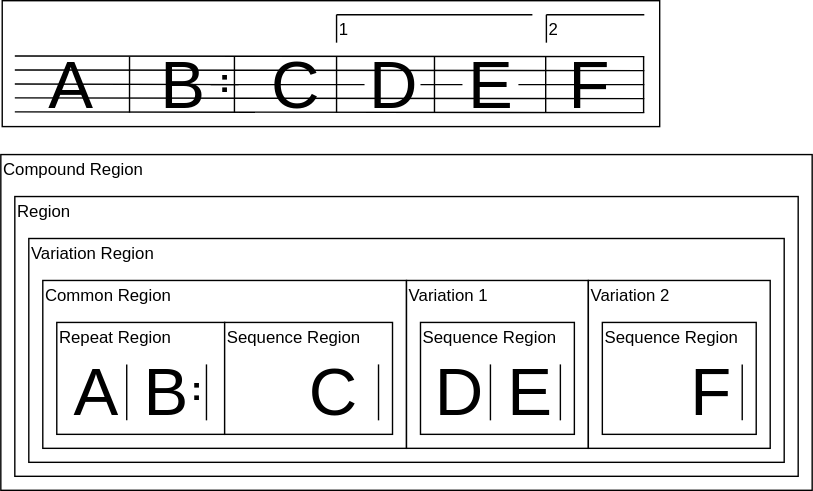
The draw.io diagram docs/repeat/example07.drawio.svg in ruimo/klavier-core, before a commit. Source tidied: cells renumbered, new cells last; positions are measured from the earlier drawing's top-left corner, leaving out a move shared by most shapes. Its diagram source:
```xml
<mxGraphModel>
  <root>
    <mxCell id="0" />
    <mxCell id="1" parent="0" />
    <mxCell id="2" style="rounded=0;whiteSpace=wrap;html=1;" parent="1" vertex="1">
      <mxGeometry x="1" width="470" height="90" as="geometry" />
    </mxCell>
    <mxCell id="3" style="rounded=0;whiteSpace=wrap;html=1;" parent="1" vertex="1">
      <mxGeometry y="110" width="580" height="240" as="geometry" />
    </mxCell>
    <mxCell id="4" style="endArrow=none;html=1;" parent="1" edge="1">
      <mxGeometry relative="1" as="geometry">
        <mxPoint x="10" y="49.5" as="sourcePoint" />
        <mxPoint x="460" y="50" as="targetPoint" />
      </mxGeometry>
    </mxCell>
    <mxCell id="5" style="endArrow=none;html=1;" parent="1" edge="1" source="25">
      <mxGeometry relative="1" as="geometry">
        <mxPoint x="460" y="60" as="targetPoint" />
      </mxGeometry>
    </mxCell>
    <mxCell id="6" style="endArrow=none;html=1;" parent="1" edge="1">
      <mxGeometry relative="1" as="geometry">
        <mxPoint x="10" y="69.5" as="sourcePoint" />
        <mxPoint x="460" y="70" as="targetPoint" />
      </mxGeometry>
    </mxCell>
    <mxCell id="7" style="endArrow=none;html=1;" parent="1" edge="1">
      <mxGeometry relative="1" as="geometry">
        <mxPoint x="10" y="79.5" as="sourcePoint" />
        <mxPoint x="460" y="80" as="targetPoint" />
      </mxGeometry>
    </mxCell>
    <mxCell id="8" value="&lt;font style=&quot;font-size: 48px&quot;&gt;A&lt;/font&gt;" style="text;html=1;strokeColor=none;fillColor=none;align=center;verticalAlign=middle;whiteSpace=wrap;rounded=0;" parent="1" vertex="1">
      <mxGeometry x="30" y="50" width="40" height="20" as="geometry" />
    </mxCell>
    <mxCell id="9" style="endArrow=none;html=1;" parent="1" edge="1">
      <mxGeometry relative="1" as="geometry">
        <mxPoint x="10" y="59.5" as="sourcePoint" />
        <mxPoint x="170" y="60" as="targetPoint" />
      </mxGeometry>
    </mxCell>
    <mxCell id="10" value="&lt;font style=&quot;font-size: 48px&quot;&gt;B&lt;/font&gt;" style="text;html=1;strokeColor=none;fillColor=none;align=center;verticalAlign=middle;whiteSpace=wrap;rounded=0;" parent="1" vertex="1">
      <mxGeometry x="110" y="50" width="40" height="20" as="geometry" />
    </mxCell>
    <mxCell id="11" value="Compound Region" style="text;html=1;strokeColor=none;fillColor=none;align=left;verticalAlign=middle;whiteSpace=wrap;rounded=0;" parent="1" vertex="1">
      <mxGeometry y="110" width="200" height="20" as="geometry" />
    </mxCell>
    <mxCell id="12" value="&lt;font style=&quot;font-size: 48px&quot;&gt;C&lt;/font&gt;" style="text;html=1;strokeColor=none;fillColor=none;align=center;verticalAlign=middle;whiteSpace=wrap;rounded=0;" parent="1" vertex="1">
      <mxGeometry x="190" y="50" width="40" height="20" as="geometry" />
    </mxCell>
    <mxCell id="13" style="endArrow=none;html=1;" parent="1" edge="1">
      <mxGeometry relative="1" as="geometry">
        <mxPoint x="310" y="80" as="sourcePoint" />
        <mxPoint x="310" y="40" as="targetPoint" />
      </mxGeometry>
    </mxCell>
    <mxCell id="14" style="rounded=0;whiteSpace=wrap;html=1;" parent="1" vertex="1">
      <mxGeometry x="10" y="140" width="560" height="200" as="geometry" />
    </mxCell>
    <mxCell id="15" style="rounded=0;whiteSpace=wrap;html=1;" parent="1" vertex="1">
      <mxGeometry x="20" y="170" width="540" height="160" as="geometry" />
    </mxCell>
    <mxCell id="16" value="Region" style="text;html=1;strokeColor=none;fillColor=none;align=left;verticalAlign=middle;whiteSpace=wrap;rounded=0;" parent="1" vertex="1">
      <mxGeometry x="10" y="140" width="150" height="20" as="geometry" />
    </mxCell>
    <mxCell id="17" value="Variation Region" style="text;html=1;strokeColor=none;fillColor=none;align=left;verticalAlign=middle;whiteSpace=wrap;rounded=0;" parent="1" vertex="1">
      <mxGeometry x="20" y="170" width="105" height="20" as="geometry" />
    </mxCell>
    <mxCell id="18" style="group;" parent="1" vertex="1">
      <mxGeometry x="213" y="40" width="40" height="40" as="geometry" />
    </mxCell>
    <mxCell id="19" style="group;" parent="18" vertex="1">
      <mxGeometry width="40" height="40" as="geometry" />
    </mxCell>
    <mxCell id="20" style="group;" parent="19" vertex="1">
      <mxGeometry width="40" height="40" as="geometry" />
    </mxCell>
    <mxCell id="21" style="group;" parent="20" vertex="1">
      <mxGeometry width="40" height="40" as="geometry" />
    </mxCell>
    <mxCell id="22" style="endArrow=none;html=1;" parent="21" edge="1">
      <mxGeometry relative="1" as="geometry">
        <mxPoint x="27" y="40" as="sourcePoint" />
        <mxPoint x="27" as="targetPoint" />
      </mxGeometry>
    </mxCell>
    <mxCell id="23" value="&lt;font style=&quot;font-size: 48px&quot;&gt;D&lt;/font&gt;" style="text;html=1;strokeColor=none;fillColor=none;align=center;verticalAlign=middle;whiteSpace=wrap;rounded=0;" parent="1" vertex="1">
      <mxGeometry x="260" y="50" width="40" height="20" as="geometry" />
    </mxCell>
    <mxCell id="24" style="endArrow=none;html=1;" parent="1" edge="1" source="10" target="23">
      <mxGeometry relative="1" as="geometry" />
    </mxCell>
    <mxCell id="25" value="&lt;font style=&quot;font-size: 48px&quot;&gt;E&lt;/font&gt;" style="text;html=1;strokeColor=none;fillColor=none;align=center;verticalAlign=middle;whiteSpace=wrap;rounded=0;" parent="1" vertex="1">
      <mxGeometry x="330" y="50" width="40" height="20" as="geometry" />
    </mxCell>
    <mxCell id="26" style="endArrow=none;html=1;" parent="1" edge="1" source="23" target="25">
      <mxGeometry relative="1" as="geometry" />
    </mxCell>
    <mxCell id="27" style="group;" parent="1" vertex="1">
      <mxGeometry x="362.5" y="40" width="40" height="40" as="geometry" />
    </mxCell>
    <mxCell id="28" style="endArrow=none;html=1;" parent="27" edge="1">
      <mxGeometry relative="1" as="geometry">
        <mxPoint x="27" y="40" as="sourcePoint" />
        <mxPoint x="27" as="targetPoint" />
      </mxGeometry>
    </mxCell>
    <mxCell id="29" style="endArrow=none;html=1;" parent="1" edge="1">
      <mxGeometry relative="1" as="geometry">
        <mxPoint x="92" y="80" as="sourcePoint" />
        <mxPoint x="92" y="40" as="targetPoint" />
      </mxGeometry>
    </mxCell>
    <mxCell id="30" style="group;" parent="1" vertex="1">
      <mxGeometry x="240" y="10" width="140" height="20" as="geometry" />
    </mxCell>
    <mxCell id="31" style="group;" parent="30" vertex="1">
      <mxGeometry width="140" height="20" as="geometry" />
    </mxCell>
    <mxCell id="32" style="endArrow=none;html=1;" parent="31" edge="1">
      <mxGeometry relative="1" as="geometry">
        <mxPoint as="sourcePoint" />
        <mxPoint x="140" as="targetPoint" />
      </mxGeometry>
    </mxCell>
    <mxCell id="33" value="1" style="text;html=1;strokeColor=none;fillColor=none;align=left;verticalAlign=middle;whiteSpace=wrap;rounded=0;" parent="31" vertex="1">
      <mxGeometry width="56" height="20" as="geometry" />
    </mxCell>
    <mxCell id="34" style="endArrow=none;html=1;" parent="31" edge="1">
      <mxGeometry relative="1" as="geometry">
        <mxPoint y="20" as="sourcePoint" />
        <mxPoint as="targetPoint" />
      </mxGeometry>
    </mxCell>
    <mxCell id="35" style="group;" parent="1" vertex="1">
      <mxGeometry x="390" y="10" width="70" height="20" as="geometry" />
    </mxCell>
    <mxCell id="36" style="group;" parent="35" vertex="1">
      <mxGeometry width="70" height="20" as="geometry" />
    </mxCell>
    <mxCell id="37" style="endArrow=none;html=1;" parent="36" edge="1">
      <mxGeometry relative="1" as="geometry">
        <mxPoint as="sourcePoint" />
        <mxPoint x="70" as="targetPoint" />
      </mxGeometry>
    </mxCell>
    <mxCell id="38" value="2" style="text;html=1;strokeColor=none;fillColor=none;align=left;verticalAlign=middle;whiteSpace=wrap;rounded=0;" parent="36" vertex="1">
      <mxGeometry width="28" height="20" as="geometry" />
    </mxCell>
    <mxCell id="39" style="endArrow=none;html=1;" parent="36" edge="1">
      <mxGeometry relative="1" as="geometry">
        <mxPoint y="20" as="sourcePoint" />
        <mxPoint as="targetPoint" />
      </mxGeometry>
    </mxCell>
    <mxCell id="40" style="rounded=0;whiteSpace=wrap;html=1;" parent="1" vertex="1">
      <mxGeometry x="30" y="200" width="260" height="120" as="geometry" />
    </mxCell>
    <mxCell id="41" value="Common Region" style="text;html=1;strokeColor=none;fillColor=none;align=left;verticalAlign=middle;whiteSpace=wrap;rounded=0;" parent="1" vertex="1">
      <mxGeometry x="30" y="200" width="105" height="20" as="geometry" />
    </mxCell>
    <mxCell id="42" style="rounded=0;whiteSpace=wrap;html=1;" parent="1" vertex="1">
      <mxGeometry x="40" y="230" width="120" height="80" as="geometry" />
    </mxCell>
    <mxCell id="43" value="Repeat Region" style="text;html=1;strokeColor=none;fillColor=none;align=left;verticalAlign=middle;whiteSpace=wrap;rounded=0;" parent="1" vertex="1">
      <mxGeometry x="40" y="230" width="105" height="20" as="geometry" />
    </mxCell>
    <mxCell id="44" value="&lt;font style=&quot;font-size: 48px&quot;&gt;A&lt;/font&gt;" style="text;html=1;strokeColor=none;fillColor=none;align=center;verticalAlign=middle;whiteSpace=wrap;rounded=0;" parent="1" vertex="1">
      <mxGeometry x="47.5" y="270" width="40" height="20" as="geometry" />
    </mxCell>
    <mxCell id="45" value="&lt;font style=&quot;font-size: 48px&quot;&gt;B&lt;/font&gt;" style="text;html=1;strokeColor=none;fillColor=none;align=center;verticalAlign=middle;whiteSpace=wrap;rounded=0;" parent="1" vertex="1">
      <mxGeometry x="97.5" y="270" width="40" height="20" as="geometry" />
    </mxCell>
    <mxCell id="46" style="endArrow=none;html=1;" parent="1" edge="1">
      <mxGeometry relative="1" as="geometry">
        <mxPoint x="90" y="300" as="sourcePoint" />
        <mxPoint x="90" y="260" as="targetPoint" />
      </mxGeometry>
    </mxCell>
    <mxCell id="47" style="rounded=0;whiteSpace=wrap;html=1;" parent="1" vertex="1">
      <mxGeometry x="290" y="200" width="130" height="120" as="geometry" />
    </mxCell>
    <mxCell id="48" value="Variation 1" style="text;html=1;strokeColor=none;fillColor=none;align=left;verticalAlign=middle;whiteSpace=wrap;rounded=0;" parent="1" vertex="1">
      <mxGeometry x="290" y="200" width="105" height="20" as="geometry" />
    </mxCell>
    <mxCell id="49" style="rounded=0;whiteSpace=wrap;html=1;" parent="1" vertex="1">
      <mxGeometry x="300" y="230" width="110" height="80" as="geometry" />
    </mxCell>
    <mxCell id="50" value="Sequence Region" style="text;html=1;strokeColor=none;fillColor=none;align=left;verticalAlign=middle;whiteSpace=wrap;rounded=0;" parent="1" vertex="1">
      <mxGeometry x="300" y="230" width="105" height="20" as="geometry" />
    </mxCell>
    <mxCell id="51" value="&lt;font style=&quot;font-size: 48px&quot;&gt;D&lt;/font&gt;" style="text;html=1;strokeColor=none;fillColor=none;align=center;verticalAlign=middle;whiteSpace=wrap;rounded=0;" parent="1" vertex="1">
      <mxGeometry x="307.5" y="270" width="40" height="20" as="geometry" />
    </mxCell>
    <mxCell id="52" value="&lt;font style=&quot;font-size: 48px&quot;&gt;E&lt;/font&gt;" style="text;html=1;strokeColor=none;fillColor=none;align=center;verticalAlign=middle;whiteSpace=wrap;rounded=0;" parent="1" vertex="1">
      <mxGeometry x="357.5" y="270" width="40" height="20" as="geometry" />
    </mxCell>
    <mxCell id="53" style="endArrow=none;html=1;" parent="1" edge="1">
      <mxGeometry relative="1" as="geometry">
        <mxPoint x="350" y="300" as="sourcePoint" />
        <mxPoint x="350" y="260" as="targetPoint" />
      </mxGeometry>
    </mxCell>
    <mxCell id="54" style="endArrow=none;html=1;" parent="1" edge="1">
      <mxGeometry relative="1" as="geometry">
        <mxPoint x="400" y="300" as="sourcePoint" />
        <mxPoint x="400" y="260" as="targetPoint" />
      </mxGeometry>
    </mxCell>
    <mxCell id="55" style="rounded=0;whiteSpace=wrap;html=1;" parent="1" vertex="1">
      <mxGeometry x="420" y="200" width="130" height="120" as="geometry" />
    </mxCell>
    <mxCell id="56" value="Variation 2" style="text;html=1;strokeColor=none;fillColor=none;align=left;verticalAlign=middle;whiteSpace=wrap;rounded=0;" parent="1" vertex="1">
      <mxGeometry x="420" y="200" width="105" height="20" as="geometry" />
    </mxCell>
    <mxCell id="57" style="rounded=0;whiteSpace=wrap;html=1;" parent="1" vertex="1">
      <mxGeometry x="430" y="230" width="110" height="80" as="geometry" />
    </mxCell>
    <mxCell id="58" value="Sequence Region" style="text;html=1;strokeColor=none;fillColor=none;align=left;verticalAlign=middle;whiteSpace=wrap;rounded=0;" parent="1" vertex="1">
      <mxGeometry x="430" y="230" width="105" height="20" as="geometry" />
    </mxCell>
    <mxCell id="59" value="&lt;span style=&quot;font-size: 48px&quot;&gt;F&lt;/span&gt;" style="text;html=1;strokeColor=none;fillColor=none;align=center;verticalAlign=middle;whiteSpace=wrap;rounded=0;" parent="1" vertex="1">
      <mxGeometry x="487.5" y="270" width="40" height="20" as="geometry" />
    </mxCell>
    <mxCell id="60" style="endArrow=none;html=1;" parent="1" edge="1">
      <mxGeometry relative="1" as="geometry">
        <mxPoint x="530" y="300" as="sourcePoint" />
        <mxPoint x="530" y="260" as="targetPoint" />
      </mxGeometry>
    </mxCell>
    <mxCell id="61" style="endArrow=none;html=1;" parent="1" edge="1">
      <mxGeometry relative="1" as="geometry">
        <mxPoint x="459.5" y="80" as="sourcePoint" />
        <mxPoint x="459.5" y="40" as="targetPoint" />
      </mxGeometry>
    </mxCell>
    <mxCell id="62" value="&lt;font style=&quot;font-size: 48px&quot;&gt;F&lt;/font&gt;" style="text;html=1;strokeColor=none;fillColor=none;align=center;verticalAlign=middle;whiteSpace=wrap;rounded=0;" parent="1" vertex="1">
      <mxGeometry x="400" y="50" width="40" height="20" as="geometry" />
    </mxCell>
    <mxCell id="63" style="endArrow=none;html=1;" parent="1" edge="1">
      <mxGeometry relative="1" as="geometry">
        <mxPoint x="10" y="39.5" as="sourcePoint" />
        <mxPoint x="460" y="40" as="targetPoint" />
      </mxGeometry>
    </mxCell>
    <mxCell id="64" style="group;" parent="1" vertex="1">
      <mxGeometry x="140" y="40" width="40" height="40" as="geometry" />
    </mxCell>
    <mxCell id="65" style="group;" parent="64" vertex="1">
      <mxGeometry width="40" height="40" as="geometry" />
    </mxCell>
    <mxCell id="66" style="group;" parent="65" vertex="1">
      <mxGeometry width="40" height="40" as="geometry" />
    </mxCell>
    <mxCell id="67" style="group;" parent="66" vertex="1">
      <mxGeometry width="40" height="40" as="geometry" />
    </mxCell>
    <mxCell id="68" style="endArrow=none;html=1;" parent="67" edge="1">
      <mxGeometry relative="1" as="geometry">
        <mxPoint x="27" y="40" as="sourcePoint" />
        <mxPoint x="27" as="targetPoint" />
      </mxGeometry>
    </mxCell>
    <mxCell id="69" value="&lt;font style=&quot;font-size: 24px&quot;&gt;&lt;b&gt;:&lt;/b&gt;&lt;/font&gt;" style="text;html=1;strokeColor=none;fillColor=none;align=center;verticalAlign=middle;whiteSpace=wrap;rounded=0;rotation=0;" parent="67" vertex="1">
      <mxGeometry y="7" width="40" height="20" as="geometry" />
    </mxCell>
    <mxCell id="70" style="group;" parent="1" vertex="1">
      <mxGeometry x="120" y="260" width="40" height="40" as="geometry" />
    </mxCell>
    <mxCell id="71" style="group;" parent="70" vertex="1">
      <mxGeometry width="40" height="40" as="geometry" />
    </mxCell>
    <mxCell id="72" style="group;" parent="71" vertex="1">
      <mxGeometry width="40" height="40" as="geometry" />
    </mxCell>
    <mxCell id="73" style="group;" parent="72" vertex="1">
      <mxGeometry width="40" height="40" as="geometry" />
    </mxCell>
    <mxCell id="74" style="endArrow=none;html=1;" parent="73" edge="1">
      <mxGeometry relative="1" as="geometry">
        <mxPoint x="27" y="40" as="sourcePoint" />
        <mxPoint x="27" as="targetPoint" />
      </mxGeometry>
    </mxCell>
    <mxCell id="75" value="&lt;font style=&quot;font-size: 24px&quot;&gt;&lt;b&gt;:&lt;/b&gt;&lt;/font&gt;" style="text;html=1;strokeColor=none;fillColor=none;align=center;verticalAlign=middle;whiteSpace=wrap;rounded=0;rotation=0;" parent="73" vertex="1">
      <mxGeometry y="7" width="40" height="20" as="geometry" />
    </mxCell>
    <mxCell id="76" style="rounded=0;whiteSpace=wrap;html=1;" parent="1" vertex="1">
      <mxGeometry x="160" y="230" width="120" height="80" as="geometry" />
    </mxCell>
    <mxCell id="77" value="Sequence Region" style="text;html=1;strokeColor=none;fillColor=none;align=left;verticalAlign=middle;whiteSpace=wrap;rounded=0;" parent="1" vertex="1">
      <mxGeometry x="160" y="230" width="105" height="20" as="geometry" />
    </mxCell>
    <mxCell id="78" value="&lt;font style=&quot;font-size: 48px&quot;&gt;C&lt;/font&gt;" style="text;html=1;strokeColor=none;fillColor=none;align=center;verticalAlign=middle;whiteSpace=wrap;rounded=0;" parent="1" vertex="1">
      <mxGeometry x="217.5" y="270" width="40" height="20" as="geometry" />
    </mxCell>
    <mxCell id="79" style="endArrow=none;html=1;" parent="1" edge="1">
      <mxGeometry relative="1" as="geometry">
        <mxPoint x="270" y="300" as="sourcePoint" />
        <mxPoint x="270" y="260" as="targetPoint" />
      </mxGeometry>
    </mxCell>
  </root>
</mxGraphModel>
```
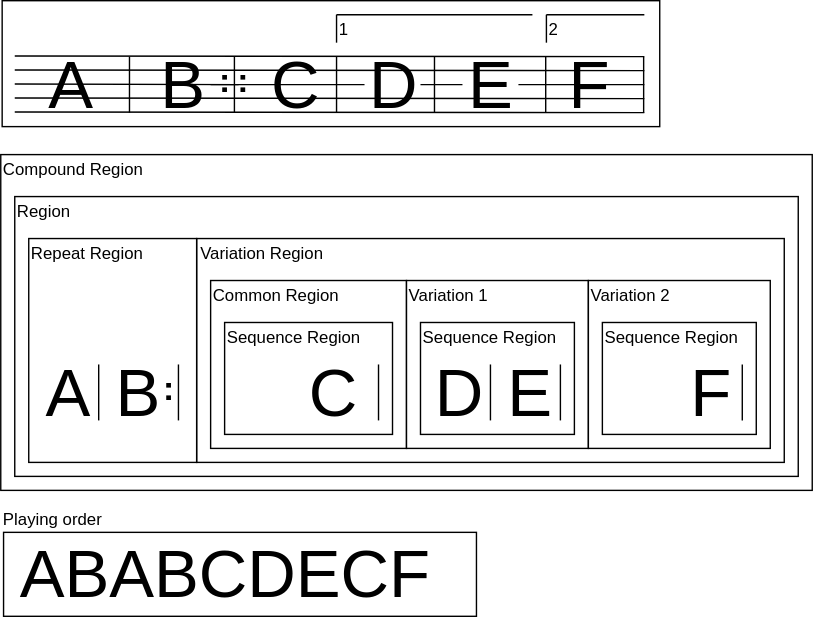
The same file after the commit.

Change to the diagram source:
```diff
@@ -59,13 +59,13 @@
       <mxGeometry x="10" y="140" width="560" height="200" as="geometry" />
     </mxCell>
     <mxCell id="15" style="rounded=0;whiteSpace=wrap;html=1;" parent="1" vertex="1">
-      <mxGeometry x="20" y="170" width="540" height="160" as="geometry" />
+      <mxGeometry x="140" y="170" width="420" height="160" as="geometry" />
     </mxCell>
     <mxCell id="16" value="Region" style="text;html=1;strokeColor=none;fillColor=none;align=left;verticalAlign=middle;whiteSpace=wrap;rounded=0;" parent="1" vertex="1">
       <mxGeometry x="10" y="140" width="150" height="20" as="geometry" />
     </mxCell>
     <mxCell id="17" value="Variation Region" style="text;html=1;strokeColor=none;fillColor=none;align=left;verticalAlign=middle;whiteSpace=wrap;rounded=0;" parent="1" vertex="1">
-      <mxGeometry x="20" y="170" width="105" height="20" as="geometry" />
+      <mxGeometry x="140.5" y="170" width="105" height="20" as="geometry" />
     </mxCell>
     <mxCell id="18" style="group;" parent="1" vertex="1">
       <mxGeometry x="213" y="40" width="40" height="40" as="geometry" />
@@ -155,27 +155,27 @@
       </mxGeometry>
     </mxCell>
     <mxCell id="40" style="rounded=0;whiteSpace=wrap;html=1;" parent="1" vertex="1">
-      <mxGeometry x="30" y="200" width="260" height="120" as="geometry" />
+      <mxGeometry x="150" y="200" width="140" height="120" as="geometry" />
     </mxCell>
     <mxCell id="41" value="Common Region" style="text;html=1;strokeColor=none;fillColor=none;align=left;verticalAlign=middle;whiteSpace=wrap;rounded=0;" parent="1" vertex="1">
-      <mxGeometry x="30" y="200" width="105" height="20" as="geometry" />
+      <mxGeometry x="150" y="200" width="105" height="20" as="geometry" />
     </mxCell>
     <mxCell id="42" style="rounded=0;whiteSpace=wrap;html=1;" parent="1" vertex="1">
-      <mxGeometry x="40" y="230" width="120" height="80" as="geometry" />
+      <mxGeometry x="20" y="170" width="120" height="160" as="geometry" />
     </mxCell>
     <mxCell id="43" value="Repeat Region" style="text;html=1;strokeColor=none;fillColor=none;align=left;verticalAlign=middle;whiteSpace=wrap;rounded=0;" parent="1" vertex="1">
-      <mxGeometry x="40" y="230" width="105" height="20" as="geometry" />
+      <mxGeometry x="20" y="170" width="105" height="20" as="geometry" />
     </mxCell>
     <mxCell id="44" value="&lt;font style=&quot;font-size: 48px&quot;&gt;A&lt;/font&gt;" style="text;html=1;strokeColor=none;fillColor=none;align=center;verticalAlign=middle;whiteSpace=wrap;rounded=0;" parent="1" vertex="1">
-      <mxGeometry x="47.5" y="270" width="40" height="20" as="geometry" />
+      <mxGeometry x="27.5" y="270" width="40" height="20" as="geometry" />
     </mxCell>
     <mxCell id="45" value="&lt;font style=&quot;font-size: 48px&quot;&gt;B&lt;/font&gt;" style="text;html=1;strokeColor=none;fillColor=none;align=center;verticalAlign=middle;whiteSpace=wrap;rounded=0;" parent="1" vertex="1">
-      <mxGeometry x="97.5" y="270" width="40" height="20" as="geometry" />
+      <mxGeometry x="77.5" y="270" width="40" height="20" as="geometry" />
     </mxCell>
     <mxCell id="46" style="endArrow=none;html=1;" parent="1" edge="1">
       <mxGeometry relative="1" as="geometry">
-        <mxPoint x="90" y="300" as="sourcePoint" />
-        <mxPoint x="90" y="260" as="targetPoint" />
+        <mxPoint x="70" y="300" as="sourcePoint" />
+        <mxPoint x="70" y="260" as="targetPoint" />
       </mxGeometry>
     </mxCell>
     <mxCell id="47" style="rounded=0;whiteSpace=wrap;html=1;" parent="1" vertex="1">
@@ -266,7 +266,7 @@
       <mxGeometry y="7" width="40" height="20" as="geometry" />
     </mxCell>
     <mxCell id="70" style="group;" parent="1" vertex="1">
-      <mxGeometry x="120" y="260" width="40" height="40" as="geometry" />
+      <mxGeometry x="100" y="260" width="40" height="40" as="geometry" />
     </mxCell>
     <mxCell id="71" style="group;" parent="70" vertex="1">
       <mxGeometry width="40" height="40" as="geometry" />
@@ -301,5 +301,17 @@
         <mxPoint x="270" y="260" as="targetPoint" />
       </mxGeometry>
     </mxCell>
+    <mxCell id="80" value="&lt;font style=&quot;font-size: 24px&quot;&gt;&lt;b&gt;:&lt;/b&gt;&lt;/font&gt;" style="text;html=1;strokeColor=none;fillColor=none;align=center;verticalAlign=middle;whiteSpace=wrap;rounded=0;rotation=0;" parent="1" vertex="1">
+      <mxGeometry x="153" y="47" width="40" height="20" as="geometry" />
+    </mxCell>
+    <mxCell id="81" style="rounded=0;whiteSpace=wrap;html=1;" parent="1" vertex="1">
+      <mxGeometry x="2" y="380" width="338" height="60" as="geometry" />
+    </mxCell>
+    <mxCell id="82" value="&lt;font style=&quot;font-size: 48px&quot;&gt;ABABCDECF&lt;/font&gt;" style="text;html=1;strokeColor=none;fillColor=none;align=left;verticalAlign=middle;whiteSpace=wrap;rounded=0;" parent="1" vertex="1">
+      <mxGeometry x="12" y="400" width="40" height="20" as="geometry" />
+    </mxCell>
+    <mxCell id="83" value="Playing order" style="text;html=1;strokeColor=none;fillColor=none;align=left;verticalAlign=middle;whiteSpace=wrap;rounded=0;" parent="1" vertex="1">
+      <mxGeometry y="360" width="140" height="20" as="geometry" />
+    </mxCell>
   </root>
 </mxGraphModel>
```
